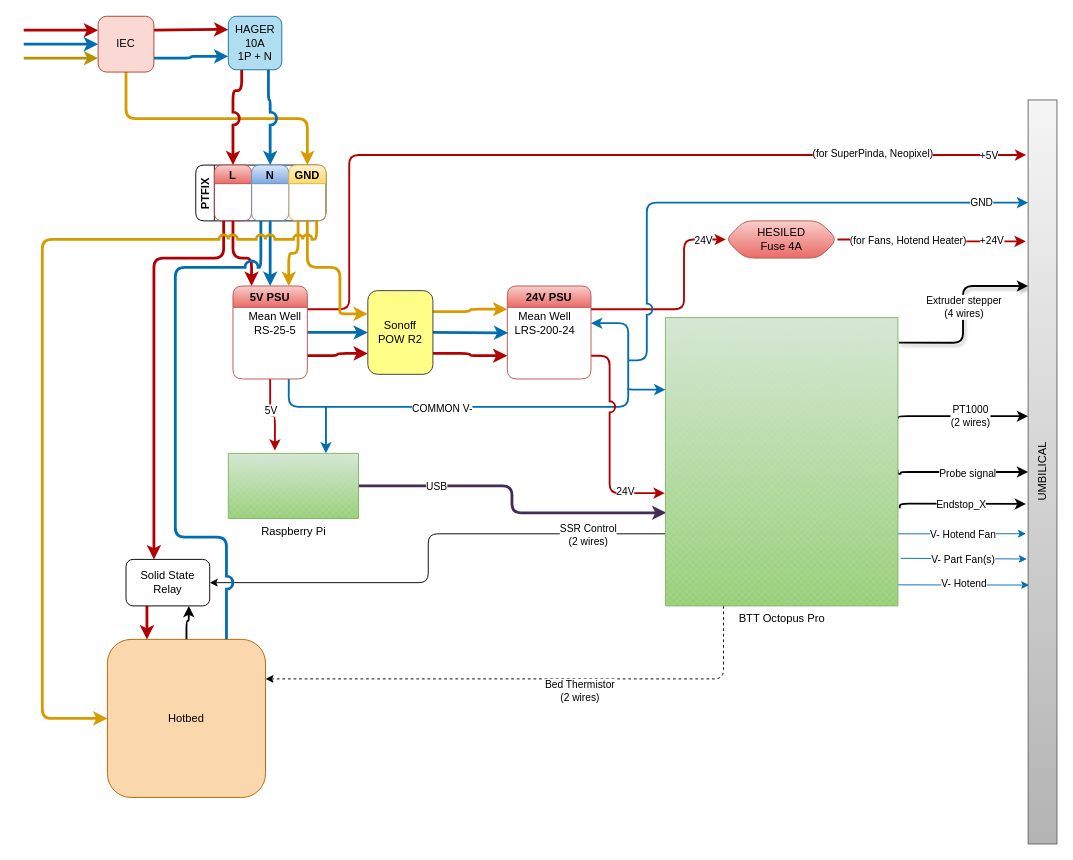
Before: wiring/VCore3_wiring.drawio in Contrasens/VCore3-400-OpenFront, a draw.io diagram. Source tidied: cells renumbered, new cells numbered last; positions are measured from the earlier drawing's top-left corner, leaving out a move shared by most shapes. Both pictures are drawn from the tidied source at 93%, with x=0, y=0 at pixel (23, 16).
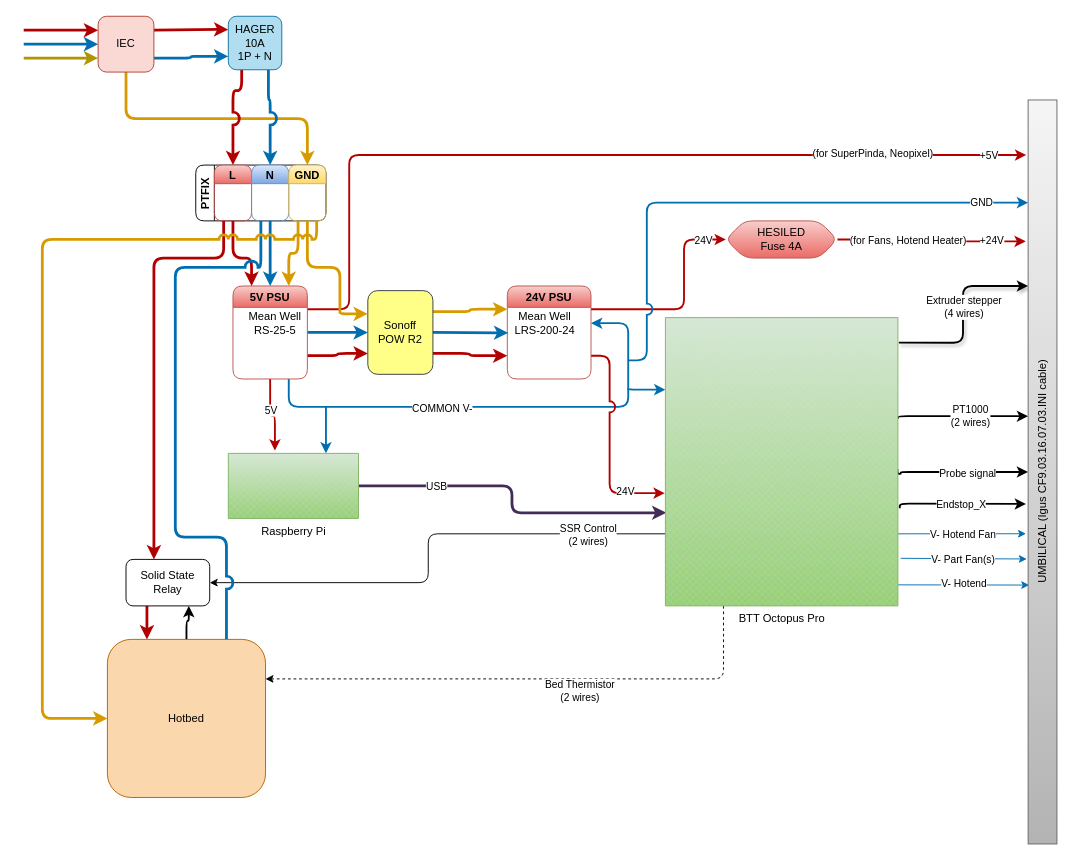
The same diagram, later.

The edit, as a diff of the source:
```diff
@@
-    <mxCell id="77" value="UMBILICAL" style="rounded=0;whiteSpace=wrap;html=1;sketch=0;horizontal=0;fillColor=#f5f5f5;gradientColor=#b3b3b3;strokeColor=#666666;" parent="1" vertex="1">
+    <mxCell id="77" value="UMBILICAL (Igus CF9.03.16.07.03.INI cable)" style="rounded=0;whiteSpace=wrap;html=1;sketch=0;horizontal=0;fillColor=#f5f5f5;gradientColor=#b3b3b3;strokeColor=#666666;" parent="1" vertex="1">
       <mxGeometry x="1080" y="90" width="31" height="800" as="geometry" />
     </mxCell>
```
